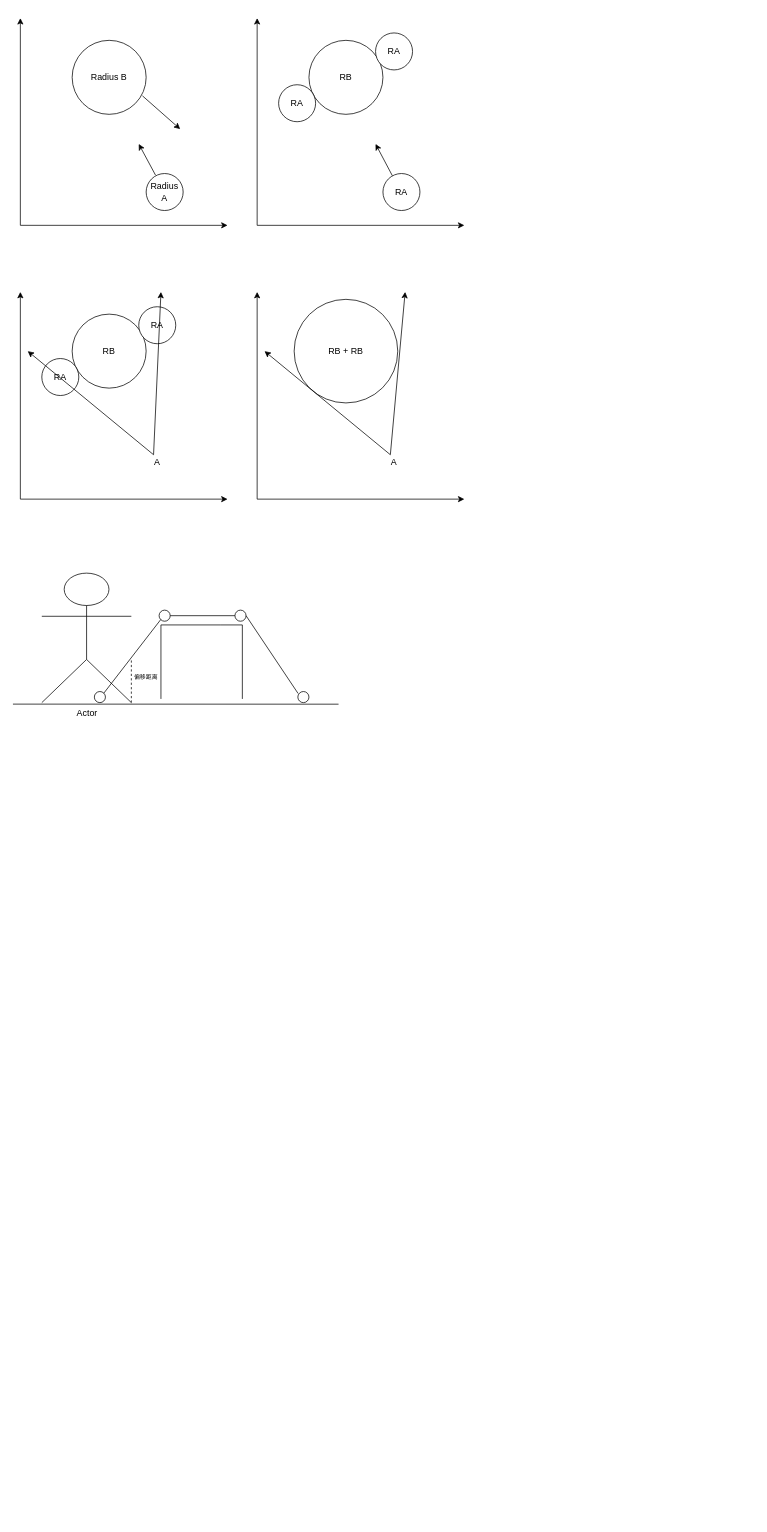
Before: RVO.drawio in Allusteve/DrawioRepo, a draw.io diagram. Source tidied: cells renumbered, new cells numbered last; positions are measured from the earlier drawing's top-left corner, leaving out a move shared by most shapes. Both pictures are drawn from the tidied source at 74%, with x=0, y=0 at pixel (13, 18).
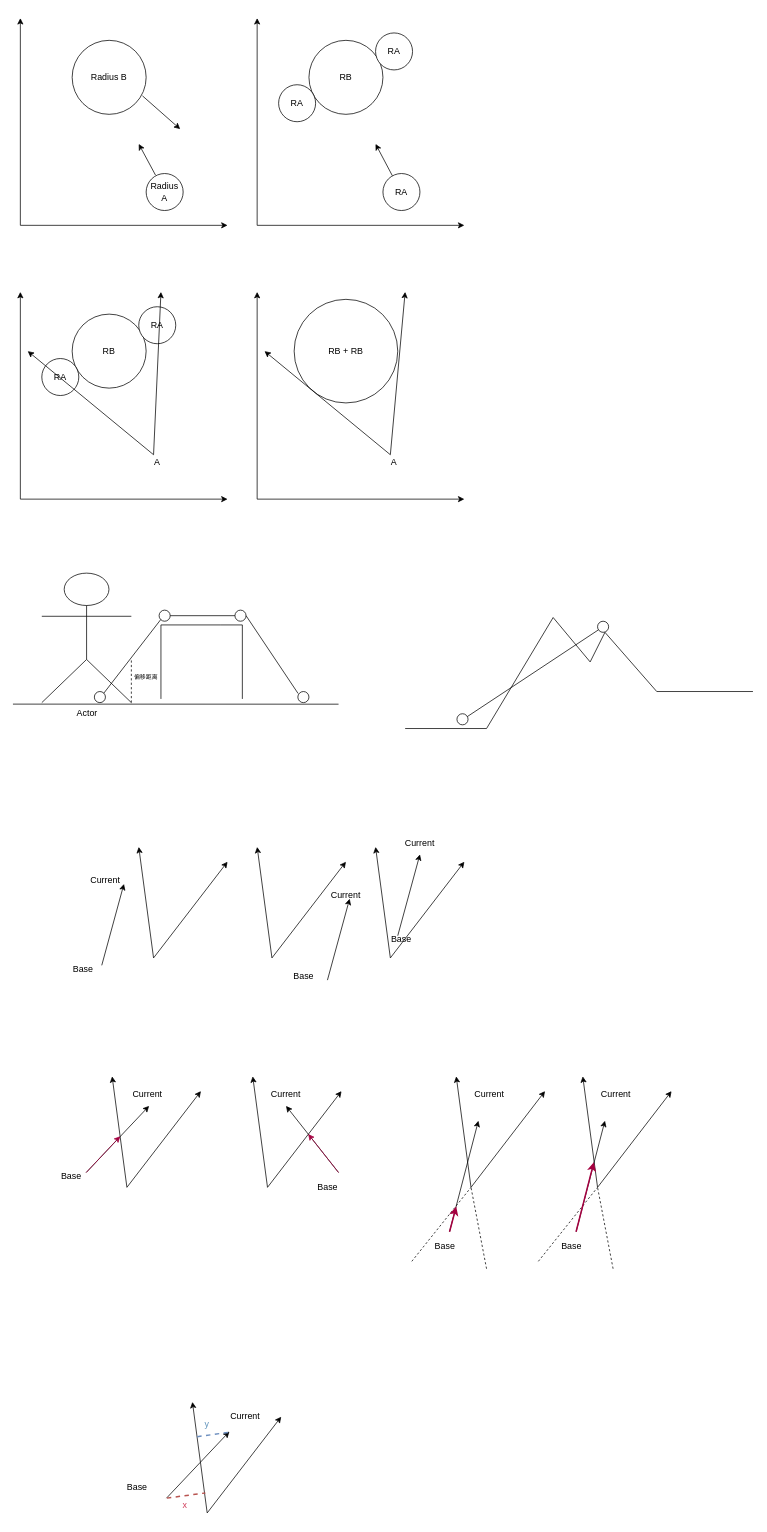
The same page after the edit.

The edit, as a diff of the source:
```diff
@@
+    <mxCell id="43" style="endArrow=none;html=1;rounded=0;" parent="1" edge="1">
+      <mxGeometry relative="1" as="geometry">
+        <mxPoint x="640" y="960" as="sourcePoint" />
+        <mxPoint x="730" y="810" as="targetPoint" />
+      </mxGeometry>
+    </mxCell>
+    <mxCell id="44" style="endArrow=none;html=1;rounded=0;" parent="1" edge="1">
+      <mxGeometry relative="1" as="geometry">
+        <mxPoint x="780" y="870" as="sourcePoint" />
+        <mxPoint x="730" y="810" as="targetPoint" />
+      </mxGeometry>
+    </mxCell>
+    <mxCell id="45" style="endArrow=none;html=1;rounded=0;" parent="1" edge="1">
+      <mxGeometry relative="1" as="geometry">
+        <mxPoint x="780" y="870" as="sourcePoint" />
+        <mxPoint x="800" y="830" as="targetPoint" />
+      </mxGeometry>
+    </mxCell>
+    <mxCell id="46" style="endArrow=none;html=1;rounded=0;" parent="1" edge="1">
+      <mxGeometry relative="1" as="geometry">
+        <mxPoint x="800" y="830" as="sourcePoint" />
+        <mxPoint x="870" y="910" as="targetPoint" />
+      </mxGeometry>
+    </mxCell>
+    <mxCell id="47" style="endArrow=none;html=1;rounded=0;" parent="1" edge="1">
+      <mxGeometry relative="1" as="geometry">
+        <mxPoint x="1000" y="910" as="sourcePoint" />
+        <mxPoint x="870" y="910" as="targetPoint" />
+      </mxGeometry>
+    </mxCell>
+    <mxCell id="48" style="endArrow=none;html=1;rounded=0;" parent="1" edge="1">
+      <mxGeometry relative="1" as="geometry">
+        <mxPoint x="530" y="960" as="sourcePoint" />
+        <mxPoint x="640" y="960" as="targetPoint" />
+      </mxGeometry>
+    </mxCell>
+    <mxCell id="49" style="ellipse;whiteSpace=wrap;html=1;" parent="1" vertex="1">
+      <mxGeometry x="600" y="940" width="15" height="15" as="geometry" />
+    </mxCell>
+    <mxCell id="50" style="ellipse;whiteSpace=wrap;html=1;" parent="1" vertex="1">
+      <mxGeometry x="790" y="815" width="15" height="15" as="geometry" />
+    </mxCell>
+    <mxCell id="51" style="endArrow=none;html=1;rounded=0;exitX=0.932;exitY=0.259;exitDx=0;exitDy=0;exitPerimeter=0;" parent="1" edge="1" source="49" target="50">
+      <mxGeometry relative="1" as="geometry" />
+    </mxCell>
+    <mxCell id="52" style="endArrow=classic;html=1;rounded=0;" parent="1" edge="1">
+      <mxGeometry relative="1" as="geometry">
+        <mxPoint x="190" y="1270" as="sourcePoint" />
+        <mxPoint x="170" y="1120" as="targetPoint" />
+      </mxGeometry>
+    </mxCell>
+    <mxCell id="53" style="endArrow=classic;html=1;rounded=0;" parent="1" edge="1">
+      <mxGeometry relative="1" as="geometry">
+        <mxPoint x="190" y="1270" as="sourcePoint" />
+        <mxPoint x="290" y="1140" as="targetPoint" />
+      </mxGeometry>
+    </mxCell>
+    <mxCell id="54" style="endArrow=classic;html=1;rounded=0;" parent="1" edge="1">
+      <mxGeometry relative="1" as="geometry">
+        <mxPoint x="120" y="1280" as="sourcePoint" />
+        <mxPoint x="150" y="1170" as="targetPoint" />
+      </mxGeometry>
+    </mxCell>
+    <mxCell id="55" style="endArrow=classic;html=1;rounded=0;" parent="1" edge="1">
+      <mxGeometry relative="1" as="geometry">
+        <mxPoint x="350" y="1270" as="sourcePoint" />
+        <mxPoint x="330" y="1120" as="targetPoint" />
+      </mxGeometry>
+    </mxCell>
+    <mxCell id="56" style="endArrow=classic;html=1;rounded=0;" parent="1" edge="1">
+      <mxGeometry relative="1" as="geometry">
+        <mxPoint x="350" y="1270" as="sourcePoint" />
+        <mxPoint x="450" y="1140" as="targetPoint" />
+      </mxGeometry>
+    </mxCell>
+    <mxCell id="57" style="endArrow=classic;html=1;rounded=0;" parent="1" edge="1">
+      <mxGeometry relative="1" as="geometry">
+        <mxPoint x="425" y="1300" as="sourcePoint" />
+        <mxPoint x="455" y="1190" as="targetPoint" />
+      </mxGeometry>
+    </mxCell>
+    <mxCell id="58" style="endArrow=classic;html=1;rounded=0;" parent="1" edge="1">
+      <mxGeometry relative="1" as="geometry">
+        <mxPoint x="510" y="1270" as="sourcePoint" />
+        <mxPoint x="490" y="1120" as="targetPoint" />
+      </mxGeometry>
+    </mxCell>
+    <mxCell id="59" style="endArrow=classic;html=1;rounded=0;" parent="1" edge="1">
+      <mxGeometry relative="1" as="geometry">
+        <mxPoint x="510" y="1270" as="sourcePoint" />
+        <mxPoint x="610" y="1140" as="targetPoint" />
+      </mxGeometry>
+    </mxCell>
+    <mxCell id="60" style="endArrow=classic;html=1;rounded=0;" parent="1" edge="1">
+      <mxGeometry relative="1" as="geometry">
+        <mxPoint x="520" y="1240" as="sourcePoint" />
+        <mxPoint x="550" y="1130" as="targetPoint" />
+      </mxGeometry>
+    </mxCell>
+    <mxCell id="61" value="Base" style="text;html=1;align=center;verticalAlign=middle;whiteSpace=wrap;rounded=0;" parent="1" vertex="1">
+      <mxGeometry x="65" y="1270" width="60" height="30" as="geometry" />
+    </mxCell>
+    <mxCell id="62" value="Current" style="text;html=1;align=center;verticalAlign=middle;whiteSpace=wrap;rounded=0;" parent="1" vertex="1">
+      <mxGeometry x="95" y="1150" width="60" height="30" as="geometry" />
+    </mxCell>
+    <mxCell id="63" value="Base" style="text;html=1;align=center;verticalAlign=middle;whiteSpace=wrap;rounded=0;" parent="1" vertex="1">
+      <mxGeometry x="362.5" y="1280" width="60" height="30" as="geometry" />
+    </mxCell>
+    <mxCell id="64" value="Base" style="text;html=1;align=center;verticalAlign=middle;whiteSpace=wrap;rounded=0;" parent="1" vertex="1">
+      <mxGeometry x="495" y="1230" width="60" height="30" as="geometry" />
+    </mxCell>
+    <mxCell id="65" value="Current" style="text;html=1;align=center;verticalAlign=middle;whiteSpace=wrap;rounded=0;" parent="1" vertex="1">
+      <mxGeometry x="420" y="1170" width="60" height="30" as="geometry" />
+    </mxCell>
+    <mxCell id="66" value="Current" style="text;html=1;align=center;verticalAlign=middle;whiteSpace=wrap;rounded=0;" parent="1" vertex="1">
+      <mxGeometry x="520" y="1100" width="60" height="30" as="geometry" />
+    </mxCell>
+    <mxCell id="67" style="endArrow=classic;html=1;rounded=0;" parent="1" edge="1">
+      <mxGeometry relative="1" as="geometry">
+        <mxPoint x="154" y="1580" as="sourcePoint" />
+        <mxPoint x="134" y="1430" as="targetPoint" />
+      </mxGeometry>
+    </mxCell>
+    <mxCell id="68" style="endArrow=classic;html=1;rounded=0;" parent="1" edge="1">
+      <mxGeometry relative="1" as="geometry">
+        <mxPoint x="154" y="1580" as="sourcePoint" />
+        <mxPoint x="254" y="1450" as="targetPoint" />
+      </mxGeometry>
+    </mxCell>
+    <mxCell id="69" style="endArrow=classic;html=1;rounded=0;" parent="1" edge="1">
+      <mxGeometry relative="1" as="geometry">
+        <mxPoint x="99" y="1560" as="sourcePoint" />
+        <mxPoint x="184" y="1470" as="targetPoint" />
+      </mxGeometry>
+    </mxCell>
+    <mxCell id="70" value="Base" style="text;html=1;align=center;verticalAlign=middle;whiteSpace=wrap;rounded=0;" parent="1" vertex="1">
+      <mxGeometry x="49" y="1550" width="60" height="30" as="geometry" />
+    </mxCell>
+    <mxCell id="71" value="Current" style="text;html=1;align=center;verticalAlign=middle;whiteSpace=wrap;rounded=0;" parent="1" vertex="1">
+      <mxGeometry x="151.5" y="1440" width="60" height="30" as="geometry" />
+    </mxCell>
+    <mxCell id="72" style="endArrow=classic;html=1;rounded=0;" parent="1" edge="1">
+      <mxGeometry relative="1" as="geometry">
+        <mxPoint x="344" y="1580" as="sourcePoint" />
+        <mxPoint x="324" y="1430" as="targetPoint" />
+      </mxGeometry>
+    </mxCell>
+    <mxCell id="73" style="endArrow=classic;html=1;rounded=0;" parent="1" edge="1">
+      <mxGeometry relative="1" as="geometry">
+        <mxPoint x="344" y="1580" as="sourcePoint" />
+        <mxPoint x="444" y="1450" as="targetPoint" />
+      </mxGeometry>
+    </mxCell>
+    <mxCell id="74" style="endArrow=classic;html=1;rounded=0;entryX=0.5;entryY=1;entryDx=0;entryDy=0;" parent="1" edge="1" target="76">
+      <mxGeometry relative="1" as="geometry">
+        <mxPoint x="440" y="1560" as="sourcePoint" />
+      </mxGeometry>
+    </mxCell>
+    <mxCell id="75" value="Base" style="text;html=1;align=center;verticalAlign=middle;whiteSpace=wrap;rounded=0;" parent="1" vertex="1">
+      <mxGeometry x="400" y="1570" width="51" height="20" as="geometry" />
+    </mxCell>
+    <mxCell id="76" value="Current" style="text;html=1;align=center;verticalAlign=middle;whiteSpace=wrap;rounded=0;" parent="1" vertex="1">
+      <mxGeometry x="339" y="1440" width="60" height="30" as="geometry" />
+    </mxCell>
+    <mxCell id="77" style="endArrow=classic;html=1;rounded=0;" parent="1" edge="1">
+      <mxGeometry relative="1" as="geometry">
+        <mxPoint x="262.5" y="2020" as="sourcePoint" />
+        <mxPoint x="242.5" y="1870" as="targetPoint" />
+      </mxGeometry>
+    </mxCell>
+    <mxCell id="78" style="endArrow=classic;html=1;rounded=0;" parent="1" edge="1">
+      <mxGeometry relative="1" as="geometry">
+        <mxPoint x="262.5" y="2020" as="sourcePoint" />
+        <mxPoint x="362.5" y="1890" as="targetPoint" />
+      </mxGeometry>
+    </mxCell>
+    <mxCell id="79" style="endArrow=classic;html=1;rounded=0;startSize=6;strokeWidth=1;" parent="1" edge="1">
+      <mxGeometry relative="1" as="geometry">
+        <mxPoint x="207.5" y="2000" as="sourcePoint" />
+        <mxPoint x="292.5" y="1910" as="targetPoint" />
+      </mxGeometry>
+    </mxCell>
+    <mxCell id="80" value="Base" style="text;html=1;align=center;verticalAlign=middle;whiteSpace=wrap;rounded=0;" parent="1" vertex="1">
+      <mxGeometry x="137.5" y="1970" width="60" height="30" as="geometry" />
+    </mxCell>
+    <mxCell id="81" value="Current" style="text;html=1;align=center;verticalAlign=middle;whiteSpace=wrap;rounded=0;" parent="1" vertex="1">
+      <mxGeometry x="289" y="1880" width="50" height="20" as="geometry" />
+    </mxCell>
+    <mxCell id="82" style="endArrow=classic;html=1;rounded=0;" parent="1" edge="1">
+      <mxGeometry relative="1" as="geometry">
+        <mxPoint x="619" y="1580" as="sourcePoint" />
+        <mxPoint x="599" y="1430" as="targetPoint" />
+      </mxGeometry>
+    </mxCell>
+    <mxCell id="83" style="endArrow=classic;html=1;rounded=0;" parent="1" edge="1">
+      <mxGeometry relative="1" as="geometry">
+        <mxPoint x="619" y="1580" as="sourcePoint" />
+        <mxPoint x="719" y="1450" as="targetPoint" />
+      </mxGeometry>
+    </mxCell>
+    <mxCell id="84" style="endArrow=classic;html=1;rounded=0;" parent="1" edge="1">
+      <mxGeometry relative="1" as="geometry">
+        <mxPoint x="590" y="1640" as="sourcePoint" />
+        <mxPoint x="629" y="1490" as="targetPoint" />
+      </mxGeometry>
+    </mxCell>
+    <mxCell id="85" value="Base" style="text;html=1;align=center;verticalAlign=middle;whiteSpace=wrap;rounded=0;" parent="1" vertex="1">
+      <mxGeometry x="566.5" y="1650" width="33.5" height="20" as="geometry" />
+    </mxCell>
+    <mxCell id="86" value="Current" style="text;html=1;align=center;verticalAlign=middle;whiteSpace=wrap;rounded=0;" parent="1" vertex="1">
+      <mxGeometry x="614" y="1440" width="60" height="30" as="geometry" />
+    </mxCell>
+    <mxCell id="87" style="endArrow=none;html=1;rounded=0;dashed=1;jumpSize=1;" parent="1" edge="1">
+      <mxGeometry relative="1" as="geometry">
+        <mxPoint x="539" y="1680" as="sourcePoint" />
+        <mxPoint x="619" y="1580" as="targetPoint" />
+      </mxGeometry>
+    </mxCell>
+    <mxCell id="88" style="endArrow=none;html=1;rounded=0;dashed=1;" parent="1" edge="1">
+      <mxGeometry relative="1" as="geometry">
+        <mxPoint x="640" y="1690" as="sourcePoint" />
+        <mxPoint x="619" y="1580" as="targetPoint" />
+      </mxGeometry>
+    </mxCell>
+    <mxCell id="89" style="endArrow=none;dashed=1;html=1;rounded=0;fillColor=#f8cecc;strokeColor=#b85450;strokeWidth=2;" parent="1" edge="1">
+      <mxGeometry relative="1" as="geometry">
+        <mxPoint x="208" y="2000" as="sourcePoint" />
+        <mxPoint x="260" y="1993" as="targetPoint" />
+      </mxGeometry>
+    </mxCell>
+    <mxCell id="90" style="endArrow=none;dashed=1;html=1;rounded=0;fillColor=#dae8fc;strokeColor=#6c8ebf;strokeWidth=2;" parent="1" edge="1">
+      <mxGeometry relative="1" as="geometry">
+        <mxPoint x="249" y="1917" as="sourcePoint" />
+        <mxPoint x="292" y="1911" as="targetPoint" />
+      </mxGeometry>
+    </mxCell>
+    <mxCell id="91" value="x" style="text;html=1;align=center;verticalAlign=middle;whiteSpace=wrap;rounded=0;fontColor=#d03e5b;" parent="1" vertex="1">
+      <mxGeometry x="220" y="2000" width="25" height="20" as="geometry" />
+    </mxCell>
+    <mxCell id="92" value="y" style="text;html=1;align=center;verticalAlign=middle;whiteSpace=wrap;rounded=0;fontColor=#6295bc;" parent="1" vertex="1">
+      <mxGeometry x="250" y="1890" width="25" height="20" as="geometry" />
+    </mxCell>
+    <mxCell id="93" style="endArrow=classic;html=1;rounded=0;fillColor=#d80073;strokeColor=#A50040;" parent="1" edge="1">
+      <mxGeometry relative="1" as="geometry">
+        <mxPoint x="99" y="1560" as="sourcePoint" />
+        <mxPoint x="145" y="1511" as="targetPoint" />
+      </mxGeometry>
+    </mxCell>
+    <mxCell id="94" style="endArrow=classic;html=1;rounded=0;fillColor=#d80073;strokeColor=#A50040;" parent="1" edge="1">
+      <mxGeometry relative="1" as="geometry">
+        <mxPoint x="440" y="1560" as="sourcePoint" />
+        <mxPoint x="399" y="1508" as="targetPoint" />
+      </mxGeometry>
+    </mxCell>
+    <mxCell id="95" style="endArrow=classic;html=1;rounded=0;fillColor=#d80073;strokeColor=#A50040;strokeWidth=2;" parent="1" edge="1">
+      <mxGeometry relative="1" as="geometry">
+        <mxPoint x="590" y="1640" as="sourcePoint" />
+        <mxPoint x="599" y="1606" as="targetPoint" />
+      </mxGeometry>
+    </mxCell>
+    <mxCell id="96" style="endArrow=classic;html=1;rounded=0;" parent="1" edge="1">
+      <mxGeometry relative="1" as="geometry">
+        <mxPoint x="790" y="1580" as="sourcePoint" />
+        <mxPoint x="770" y="1430" as="targetPoint" />
+      </mxGeometry>
+    </mxCell>
+    <mxCell id="97" style="endArrow=classic;html=1;rounded=0;" parent="1" edge="1">
+      <mxGeometry relative="1" as="geometry">
+        <mxPoint x="790" y="1580" as="sourcePoint" />
+        <mxPoint x="890" y="1450" as="targetPoint" />
+      </mxGeometry>
+    </mxCell>
+    <mxCell id="98" style="endArrow=classic;html=1;rounded=0;" parent="1" edge="1">
+      <mxGeometry relative="1" as="geometry">
+        <mxPoint x="761" y="1640" as="sourcePoint" />
+        <mxPoint x="800" y="1490" as="targetPoint" />
+      </mxGeometry>
+    </mxCell>
+    <mxCell id="99" value="Base" style="text;html=1;align=center;verticalAlign=middle;whiteSpace=wrap;rounded=0;" parent="1" vertex="1">
+      <mxGeometry x="737.5" y="1650" width="33.5" height="20" as="geometry" />
+    </mxCell>
+    <mxCell id="100" value="Current" style="text;html=1;align=center;verticalAlign=middle;whiteSpace=wrap;rounded=0;" parent="1" vertex="1">
+      <mxGeometry x="785" y="1440" width="60" height="30" as="geometry" />
+    </mxCell>
+    <mxCell id="101" style="endArrow=none;html=1;rounded=0;dashed=1;jumpSize=1;" parent="1" edge="1">
+      <mxGeometry relative="1" as="geometry">
+        <mxPoint x="710" y="1680" as="sourcePoint" />
+        <mxPoint x="790" y="1580" as="targetPoint" />
+      </mxGeometry>
+    </mxCell>
+    <mxCell id="102" style="endArrow=none;html=1;rounded=0;dashed=1;" parent="1" edge="1">
+      <mxGeometry relative="1" as="geometry">
+        <mxPoint x="811" y="1690" as="sourcePoint" />
+        <mxPoint x="790" y="1580" as="targetPoint" />
+      </mxGeometry>
+    </mxCell>
+    <mxCell id="103" style="endArrow=classic;html=1;rounded=0;fillColor=#d80073;strokeColor=#A50040;strokeWidth=2;" parent="1" edge="1">
+      <mxGeometry relative="1" as="geometry">
+        <mxPoint x="761" y="1640" as="sourcePoint" />
+        <mxPoint x="785" y="1546" as="targetPoint" />
+      </mxGeometry>
+    </mxCell>
```
